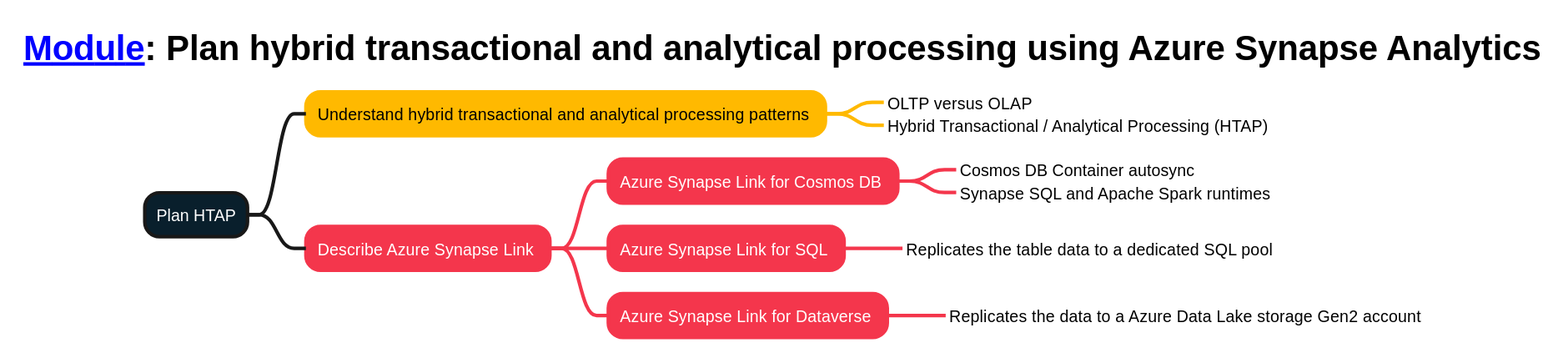
The PlantUML diagram mindmaps/14-Plan hybrid transactional and analytical processing using Azure Synapse Analytics.svg in weslbo/dp-203, before a commit.
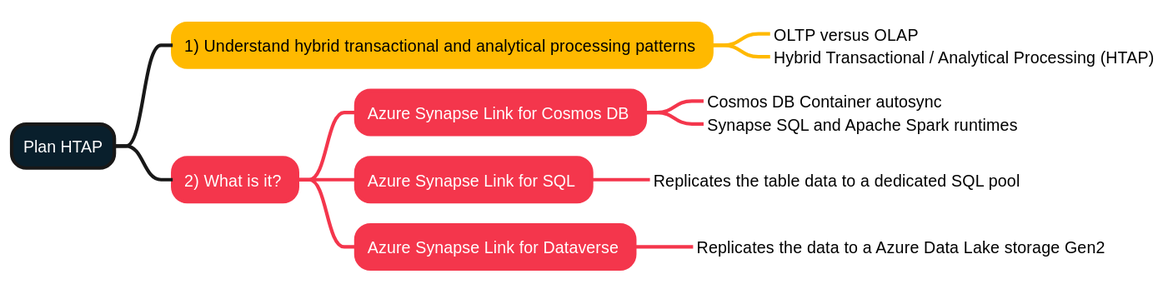
Above is the later version.

Diff of the diagram source:
```diff
@@ -1,58 +1,51 @@
 @startmindmap
 <style>
-title {
-        FontSize 30
-        FontColor #000000
-    }
-mindmapDiagram {
-    :depth(0) {
-        BackgroundColor #091f2c
-        FontColor #ffffff
-        LineThickness 3.0
-    }
-    .topic1 {
-        BackgroundColor #ffb900
-        LineColor #ffb900
-        LineThickness 3.0
-        FontColor #000000
-    }
-    .topic2 {
-        BackgroundColor #f4364c
-        LineColor #f4364c
-        LineThickness 3.0
-        FontColor #ffffff
-    }
-    .topic3 {
-        BackgroundColor #c5b4e3
-        LineColor #c5b4e3
-        LineThickness 3.0
-        FontColor #000000
-    }
-    .topic4 {
-        BackgroundColor #e1d3c7
-        LineColor #e1d3c7
-        LineThickness 3.0
-        FontColor #000000
-    }
-    .topic5 {
-        BackgroundColor #07641d
-        LineColor #07641d
-        LineThickness 3.0
-        FontColor #ffffff
-    }
+:depth(0) {
+    BackgroundColor #091f2c
+    FontColor #ffffff
+    LineThickness 3.0
+}
+.topic1 {
+    BackgroundColor #ffb900
+    LineColor #ffb900
+    LineThickness 3.0
+    FontColor #000000
+}
+.topic2 {
+    BackgroundColor #f4364c
+    LineColor #f4364c
+    LineThickness 3.0
+    FontColor #ffffff
+}
+.topic3 {
+    BackgroundColor #c5b4e3
+    LineColor #c5b4e3
+    LineThickness 3.0
+    FontColor #000000
+}
+.topic4 {
+    BackgroundColor #e1d3c7
+    LineColor #e1d3c7
+    LineThickness 3.0
+    FontColor #000000
+}
+.topic5 {
+    BackgroundColor #07641d
+    LineColor #07641d
+    LineThickness 3.0
+    FontColor #ffffff
 }
 </style>
-title [[https://learn.microsoft.com/training/modules/design-hybrid-transactional-analytical-processing-using-azure-synapse-analytics/ Module]]: Plan hybrid transactional and analytical processing using Azure Synapse Analytics
 + Plan HTAP
-++ Understand hybrid transactional and analytical processing patterns <<topic1>>
+++ 1) Understand hybrid transactional and analytical processing patterns <<topic1>>
 +++_ OLTP versus OLAP
 +++_ Hybrid Transactional / Analytical Processing (HTAP)
-++ Describe Azure Synapse Link <<topic2>>
+++ 2) What is it? <<topic2>>
 +++ Azure Synapse Link for Cosmos DB <<topic2>>
 ++++_ Cosmos DB Container autosync
 ++++_ Synapse SQL and Apache Spark runtimes
 +++ Azure Synapse Link for SQL <<topic2>>
 ++++_ Replicates the table data to a dedicated SQL pool
 +++ Azure Synapse Link for Dataverse <<topic2>>
-++++_ Replicates the data to a Azure Data Lake storage Gen2 account
+++++_ Replicates the data to a Azure Data Lake storage Gen2
 @endmindmap
```
